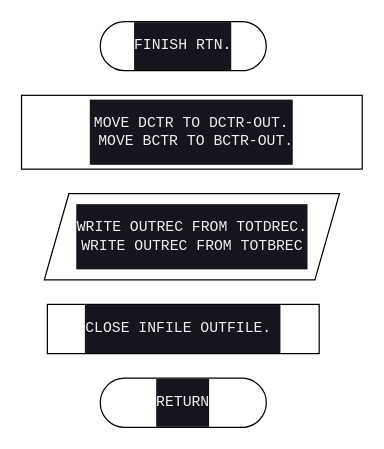
williebonavente/acct-num keeps this draw.io diagram as page "finish-rtn" (5 of 5) of diagram.drawio. Above is the earlier version. Source tidied: cells renumbered, new cells numbered last; positions are measured from the earlier drawing's top-left corner, leaving out a move shared by most shapes. Both pictures are drawn from the tidied source at 123%, with x=0, y=0 at pixel (21, 21).
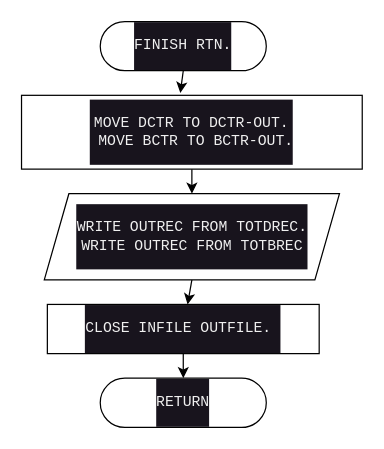
Above is the later version.

The edit, as a diff of the source:
```diff
@@
 <mxGraphModel>
   <root>
     <mxCell id="0" />
     <mxCell id="1" parent="0" />
+    <mxCell id="7" style="edgeStyle=none;html=1;exitX=0.5;exitY=1;exitDx=0;exitDy=0;entryX=0.466;entryY=-0.033;entryDx=0;entryDy=0;entryPerimeter=0;" parent="1" edge="1" source="2" target="3">
+      <mxGeometry relative="1" as="geometry" />
+    </mxCell>
     <mxCell id="2" value="&lt;pre&gt;FINISH RTN.&lt;/pre&gt;" style="rounded=1;whiteSpace=wrap;html=1;labelBackgroundColor=#18141D;fontColor=#F0F0F0;arcSize=50;" parent="1" vertex="1">
       <mxGeometry x="64" width="135" height="40" as="geometry" />
     </mxCell>
+    <mxCell id="8" style="edgeStyle=none;html=1;exitX=0.5;exitY=1;exitDx=0;exitDy=0;entryX=0.5;entryY=0;entryDx=0;entryDy=0;" parent="1" edge="1" source="3" target="4">
+      <mxGeometry relative="1" as="geometry" />
+    </mxCell>
     <mxCell id="3" value="&lt;pre&gt;MOVE DCTR TO DCTR-OUT.&lt;br&gt;&amp;nbsp;MOVE BCTR TO BCTR-OUT.&lt;/pre&gt;" style="rounded=0;whiteSpace=wrap;html=1;labelBackgroundColor=#18141D;fontColor=#F0F0F0;" parent="1" vertex="1">
       <mxGeometry y="60" width="277" height="60" as="geometry" />
     </mxCell>
+    <mxCell id="9" style="edgeStyle=none;html=1;exitX=0.5;exitY=1;exitDx=0;exitDy=0;" parent="1" edge="1" source="4" target="5">
+      <mxGeometry relative="1" as="geometry" />
+    </mxCell>
     <mxCell id="4" value="&lt;pre&gt;&lt;p align=&quot;center&quot; class=&quot;MsoNormal&quot;&gt;WRITE OUTREC FROM TOTDREC.&lt;br&gt;WRITE OUTREC FROM TOTBREC&lt;/p&gt;&lt;/pre&gt;&lt;p align=&quot;center&quot; class=&quot;MsoNormal&quot;&gt;&lt;/p&gt;" style="shape=parallelogram;perimeter=parallelogramPerimeter;whiteSpace=wrap;html=1;fixedSize=1;labelBackgroundColor=#18141D;fontColor=#F0F0F0;" parent="1" vertex="1">
       <mxGeometry x="18.5" y="140" width="240" height="70" as="geometry" />
     </mxCell>
+    <mxCell id="10" style="edgeStyle=none;html=1;exitX=0.5;exitY=1;exitDx=0;exitDy=0;entryX=0.5;entryY=0;entryDx=0;entryDy=0;" parent="1" edge="1" source="5" target="6">
+      <mxGeometry relative="1" as="geometry" />
+    </mxCell>
     <mxCell id="5" value="&lt;pre&gt;CLOSE INFILE OUTFILE. &lt;/pre&gt;" style="rounded=0;whiteSpace=wrap;html=1;labelBackgroundColor=#18141D;fontColor=#F0F0F0;" parent="1" vertex="1">
       <mxGeometry x="21" y="230" width="221" height="40" as="geometry" />
     </mxCell>
     <mxCell id="6" value="&lt;pre&gt;RETURN&lt;/pre&gt;" style="rounded=1;whiteSpace=wrap;html=1;labelBackgroundColor=#18141D;fontColor=#F0F0F0;arcSize=50;" parent="1" vertex="1">
       <mxGeometry x="64" y="290" width="135" height="40" as="geometry" />
     </mxCell>
   </root>
 </mxGraphModel>
```
